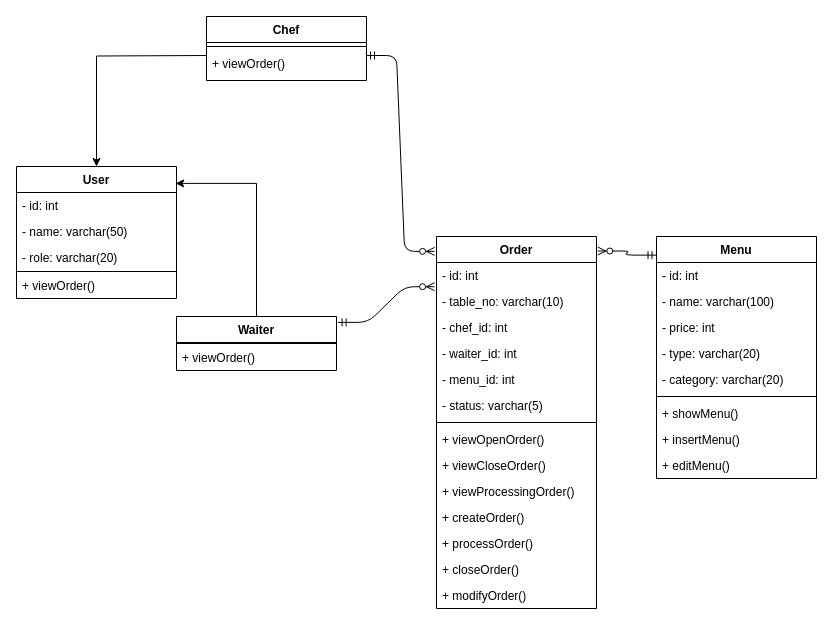
Earlier version of the draw.io diagram page "Class Diagram" (3 of 3) of Warung Kenyang (WK).drawio (ekopebri/ekopebri.github.io). Source tidied: cells renumbered, new cells numbered last; positions are measured from the earlier drawing's top-left corner, leaving out a move shared by most shapes. Both pictures are drawn from the tidied source at 100%, with x=0, y=0 at pixel (16, 16).
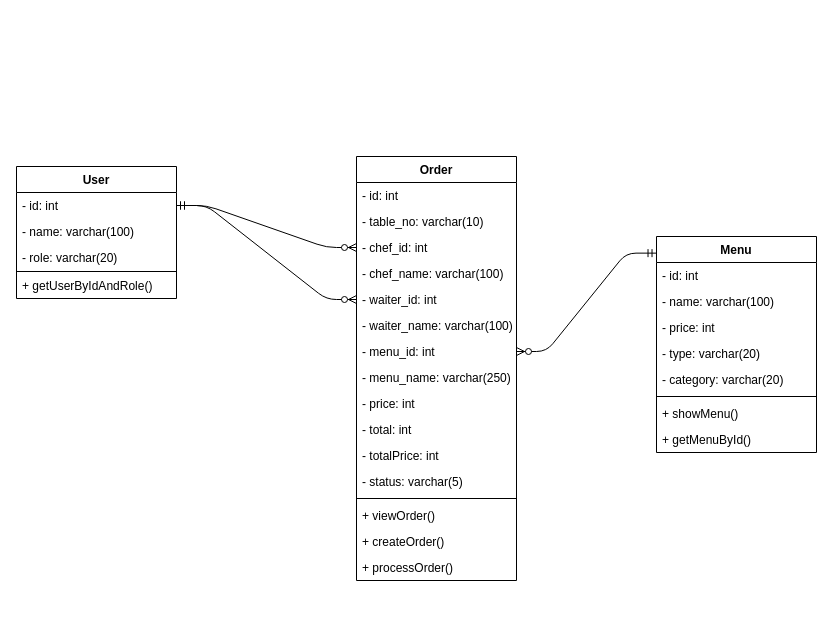
Above is the later version.

The change refers to these unchanged cells:
```xml
<mxCell id="6" value="- id: int" style="text;strokeColor=none;fillColor=none;align=left;verticalAlign=top;spacingLeft=4;spacingRight=4;overflow=hidden;points=[[0,0.5],[1,0.5]];portConstraint=eastwest;" parent="5" vertex="1">
  <mxGeometry y="26" width="160" height="26" as="geometry" />
</mxCell>
<mxCell id="8" value="- chef_id: int" style="text;strokeColor=none;fillColor=none;align=left;verticalAlign=top;spacingLeft=4;spacingRight=4;overflow=hidden;points=[[0,0.5],[1,0.5]];portConstraint=eastwest;" parent="5" vertex="1">
  <mxGeometry y="78" width="160" height="26" as="geometry" />
</mxCell>
<mxCell id="37" value="User" style="swimlane;fontStyle=1;align=center;verticalAlign=top;horizontal=1;startSize=26;" parent="1" vertex="1">
  <mxGeometry y="150" width="160" height="132" as="geometry" />
</mxCell>
<mxCell id="38" value="- id: int" style="text;strokeColor=none;fillColor=none;align=left;verticalAlign=top;spacingLeft=4;spacingRight=4;overflow=hidden;points=[[0,0.5],[1,0.5]];portConstraint=eastwest;" parent="37" vertex="1">
  <mxGeometry y="26" width="160" height="26" as="geometry" />
</mxCell>
```

Change to the diagram source:
```diff
@@
-    <mxCell id="2" value="Chef" style="swimlane;fontStyle=1;align=center;verticalAlign=top;horizontal=1;startSize=26;" parent="1" vertex="1">
-      <mxGeometry x="190" width="160" height="64" as="geometry" />
-    </mxCell>
-    <mxCell id="3" style="line;strokeWidth=1;fillColor=none;align=left;verticalAlign=middle;spacingTop=-1;spacingLeft=3;spacingRight=3;labelPosition=right;" parent="2" vertex="1">
-      <mxGeometry y="26" width="160" height="8" as="geometry" />
-    </mxCell>
-    <mxCell id="4" value="+ viewOrder()" style="text;strokeColor=none;fillColor=none;align=left;verticalAlign=top;spacingLeft=4;spacingRight=4;overflow=hidden;" parent="2" vertex="1">
-      <mxGeometry y="34" width="160" height="30" as="geometry" />
-    </mxCell>
     <mxCell id="5" value="Order" style="swimlane;fontStyle=1;align=center;verticalAlign=top;horizontal=1;startSize=26;" parent="1" vertex="1">
-      <mxGeometry x="420" y="220" width="160" height="372" as="geometry" />
+      <mxGeometry x="340" y="140" width="160" height="424" as="geometry" />
     </mxCell>
@@
+    <mxCell id="44" value="- chef_name: varchar(100)" style="text;strokeColor=none;fillColor=none;align=left;verticalAlign=top;spacingLeft=4;spacingRight=4;overflow=hidden;" parent="5" vertex="1">
+      <mxGeometry y="104" width="160" height="26" as="geometry" />
+    </mxCell>
     <mxCell id="9" value="- waiter_id: int" style="text;strokeColor=none;fillColor=none;align=left;verticalAlign=top;spacingLeft=4;spacingRight=4;overflow=hidden;points=[[0,0.5],[1,0.5]];portConstraint=eastwest;" parent="5" vertex="1">
-      <mxGeometry y="104" width="160" height="26" as="geometry" />
+      <mxGeometry y="130" width="160" height="26" as="geometry" />
     </mxCell>
+    <mxCell id="45" value="- waiter_name: varchar(100)" style="text;strokeColor=none;fillColor=none;align=left;verticalAlign=top;spacingLeft=4;spacingRight=4;overflow=hidden;" parent="5" vertex="1">
+      <mxGeometry y="156" width="160" height="26" as="geometry" />
+    </mxCell>
     <mxCell id="10" value="- menu_id: int" style="text;strokeColor=none;fillColor=none;align=left;verticalAlign=top;spacingLeft=4;spacingRight=4;overflow=hidden;points=[[0,0.5],[1,0.5]];portConstraint=eastwest;" parent="5" vertex="1">
-      <mxGeometry y="130" width="160" height="26" as="geometry" />
+      <mxGeometry y="182" width="160" height="26" as="geometry" />
     </mxCell>
+    <mxCell id="46" value="- menu_name: varchar(250)" style="text;strokeColor=none;fillColor=none;align=left;verticalAlign=top;spacingLeft=4;spacingRight=4;overflow=hidden;" parent="5" vertex="1">
+      <mxGeometry y="208" width="160" height="26" as="geometry" />
+    </mxCell>
+    <mxCell id="47" value="- price: int" style="text;strokeColor=none;fillColor=none;align=left;verticalAlign=top;spacingLeft=4;spacingRight=4;overflow=hidden;" parent="5" vertex="1">
+      <mxGeometry y="234" width="160" height="26" as="geometry" />
+    </mxCell>
+    <mxCell id="48" value="- total: int" style="text;strokeColor=none;fillColor=none;align=left;verticalAlign=top;spacingLeft=4;spacingRight=4;overflow=hidden;" parent="5" vertex="1">
+      <mxGeometry y="260" width="160" height="26" as="geometry" />
+    </mxCell>
+    <mxCell id="49" value="- totalPrice: int" style="text;strokeColor=none;fillColor=none;align=left;verticalAlign=top;spacingLeft=4;spacingRight=4;overflow=hidden;" parent="5" vertex="1">
+      <mxGeometry y="286" width="160" height="26" as="geometry" />
+    </mxCell>
     <mxCell id="11" value="- status: varchar(5)" style="text;strokeColor=none;fillColor=none;align=left;verticalAlign=top;spacingLeft=4;spacingRight=4;overflow=hidden;" parent="5" vertex="1">
-      <mxGeometry y="156" width="160" height="26" as="geometry" />
+      <mxGeometry y="312" width="160" height="26" as="geometry" />
     </mxCell>
     <mxCell id="12" style="line;strokeWidth=1;fillColor=none;align=left;verticalAlign=middle;spacingTop=-1;spacingLeft=3;spacingRight=3;labelPosition=right;" parent="5" vertex="1">
-      <mxGeometry y="182" width="160" height="8" as="geometry" />
+      <mxGeometry y="338" width="160" height="8" as="geometry" />
     </mxCell>
-    <mxCell id="13" value="+ viewOpenOrder()" style="text;strokeColor=none;fillColor=none;align=left;verticalAlign=top;spacingLeft=4;spacingRight=4;overflow=hidden;" parent="5" vertex="1">
-      <mxGeometry y="190" width="160" height="26" as="geometry" />
+    <mxCell id="13" value="+ viewOrder()" style="text;strokeColor=none;fillColor=none;align=left;verticalAlign=top;spacingLeft=4;spacingRight=4;overflow=hidden;" parent="5" vertex="1">
+      <mxGeometry y="346" width="160" height="26" as="geometry" />
     </mxCell>
-    <mxCell id="14" value="+ viewCloseOrder()" style="text;strokeColor=none;fillColor=none;align=left;verticalAlign=top;spacingLeft=4;spacingRight=4;overflow=hidden;" parent="5" vertex="1">
-      <mxGeometry y="216" width="160" height="26" as="geometry" />
-    </mxCell>
-    <mxCell id="15" value="+ viewProcessingOrder()" style="text;strokeColor=none;fillColor=none;align=left;verticalAlign=top;spacingLeft=4;spacingRight=4;overflow=hidden;" parent="5" vertex="1">
-      <mxGeometry y="242" width="160" height="26" as="geometry" />
-    </mxCell>
     <mxCell id="16" value="+ createOrder()" style="text;strokeColor=none;fillColor=none;align=left;verticalAlign=top;spacingLeft=4;spacingRight=4;overflow=hidden;" parent="5" vertex="1">
-      <mxGeometry y="268" width="160" height="26" as="geometry" />
+      <mxGeometry y="372" width="160" height="26" as="geometry" />
     </mxCell>
     <mxCell id="17" value="+ processOrder()" style="text;strokeColor=none;fillColor=none;align=left;verticalAlign=top;spacingLeft=4;spacingRight=4;overflow=hidden;" parent="5" vertex="1">
-      <mxGeometry y="294" width="160" height="26" as="geometry" />
+      <mxGeometry y="398" width="160" height="26" as="geometry" />
     </mxCell>
-    <mxCell id="18" value="+ closeOrder()" style="text;strokeColor=none;fillColor=none;align=left;verticalAlign=top;spacingLeft=4;spacingRight=4;overflow=hidden;" parent="5" vertex="1">
-      <mxGeometry y="320" width="160" height="26" as="geometry" />
-    </mxCell>
-    <mxCell id="19" value="+ modifyOrder()" style="text;strokeColor=none;fillColor=none;align=left;verticalAlign=top;spacingLeft=4;spacingRight=4;overflow=hidden;" parent="5" vertex="1">
-      <mxGeometry y="346" width="160" height="26" as="geometry" />
-    </mxCell>
     <mxCell id="20" value="Menu" style="swimlane;fontStyle=1;align=center;verticalAlign=top;horizontal=1;startSize=26;" parent="1" vertex="1">
-      <mxGeometry x="640" y="220" width="160" height="242" as="geometry" />
+      <mxGeometry x="640" y="220" width="160" height="216" as="geometry" />
     </mxCell>
@@
-    <mxCell id="28" value="+ insertMenu()" style="text;strokeColor=none;fillColor=none;align=left;verticalAlign=top;spacingLeft=4;spacingRight=4;overflow=hidden;" parent="20" vertex="1">
+    <mxCell id="28" value="+ getMenuById()" style="text;strokeColor=none;fillColor=none;align=left;verticalAlign=top;spacingLeft=4;spacingRight=4;overflow=hidden;" parent="20" vertex="1">
       <mxGeometry y="190" width="160" height="26" as="geometry" />
     </mxCell>
-    <mxCell id="29" value="+ editMenu()" style="text;strokeColor=none;fillColor=none;align=left;verticalAlign=top;spacingLeft=4;spacingRight=4;overflow=hidden;" parent="20" vertex="1">
-      <mxGeometry y="216" width="160" height="26" as="geometry" />
-    </mxCell>
-    <mxCell id="30" style="edgeStyle=orthogonalEdgeStyle;rounded=0;jettySize=auto;html=1;entryX=0.995;entryY=0.128;entryDx=0;entryDy=0;entryPerimeter=0;" parent="1" edge="1" source="31" target="37">
-      <mxGeometry relative="1" as="geometry" />
-    </mxCell>
-    <mxCell id="31" value="Waiter" style="swimlane;fontStyle=1;align=center;verticalAlign=top;horizontal=1;startSize=26;" parent="1" vertex="1">
-      <mxGeometry x="160" y="300" width="160" height="54" as="geometry" />
-    </mxCell>
-    <mxCell id="32" style="line;strokeWidth=1;fillColor=none;align=left;verticalAlign=middle;spacingTop=-1;spacingLeft=3;spacingRight=3;labelPosition=right;" parent="31" vertex="1">
-      <mxGeometry y="26" width="160" height="2" as="geometry" />
-    </mxCell>
-    <mxCell id="33" value="+ viewOrder()" style="text;strokeColor=none;fillColor=none;align=left;verticalAlign=top;spacingLeft=4;spacingRight=4;overflow=hidden;" parent="31" vertex="1">
-      <mxGeometry y="28" width="160" height="26" as="geometry" />
-    </mxCell>
-    <mxCell id="34" style="edgeStyle=entityRelationEdgeStyle;fontSize=12;html=1;endArrow=ERzeroToMany;startArrow=ERmandOne;exitX=1;exitY=0.5;exitDx=0;exitDy=0;entryX=-0.012;entryY=0.04;entryDx=0;entryDy=0;entryPerimeter=0;" parent="1" edge="1" target="5">
-      <mxGeometry relative="1" as="geometry">
-        <mxPoint x="350" y="39" as="sourcePoint" />
-      </mxGeometry>
+    <mxCell id="34" style="edgeStyle=entityRelationEdgeStyle;fontSize=12;html=1;endArrow=ERzeroToMany;startArrow=ERmandOne;exitX=1;exitY=0.5;exitDx=0;exitDy=0;entryX=0;entryY=0.5;entryDx=0;entryDy=0;" parent="1" edge="1" source="38" target="8">
+      <mxGeometry relative="1" as="geometry" />
     </mxCell>
-    <mxCell id="35" style="edgeStyle=entityRelationEdgeStyle;fontSize=12;html=1;endArrow=ERzeroToMany;startArrow=ERmandOne;exitX=1.01;exitY=0.109;exitDx=0;exitDy=0;exitPerimeter=0;entryX=-0.012;entryY=0.931;entryDx=0;entryDy=0;entryPerimeter=0;" parent="1" edge="1" source="31" target="6">
+    <mxCell id="35" style="edgeStyle=entityRelationEdgeStyle;fontSize=12;html=1;endArrow=ERzeroToMany;startArrow=ERmandOne;exitX=1;exitY=0.5;exitDx=0;exitDy=0;entryX=0;entryY=0.5;entryDx=0;entryDy=0;" parent="1" edge="1" source="38" target="9">
       <mxGeometry relative="1" as="geometry" />
     </mxCell>
-    <mxCell id="36" style="edgeStyle=entityRelationEdgeStyle;fontSize=12;html=1;endArrow=ERzeroToMany;startArrow=ERmandOne;entryX=1.008;entryY=0.039;entryDx=0;entryDy=0;entryPerimeter=0;exitX=-0.003;exitY=0.077;exitDx=0;exitDy=0;exitPerimeter=0;" parent="1" edge="1" source="20" target="5">
+    <mxCell id="36" style="edgeStyle=entityRelationEdgeStyle;fontSize=12;html=1;endArrow=ERzeroToMany;startArrow=ERmandOne;entryX=1;entryY=0.5;entryDx=0;entryDy=0;exitX=-0.003;exitY=0.077;exitDx=0;exitDy=0;exitPerimeter=0;" parent="1" edge="1" source="20" target="10">
       <mxGeometry relative="1" as="geometry" />
     </mxCell>
@@
-    <mxCell id="39" value="- name: varchar(50)" style="text;strokeColor=none;fillColor=none;align=left;verticalAlign=top;spacingLeft=4;spacingRight=4;overflow=hidden;" parent="37" vertex="1">
+    <mxCell id="39" value="- name: varchar(100)" style="text;strokeColor=none;fillColor=none;align=left;verticalAlign=top;spacingLeft=4;spacingRight=4;overflow=hidden;" parent="37" vertex="1">
       <mxGeometry y="52" width="160" height="26" as="geometry" />
     </mxCell>
@@
-    <mxCell id="42" value="+ viewOrder()" style="text;strokeColor=none;fillColor=none;align=left;verticalAlign=top;spacingLeft=4;spacingRight=4;overflow=hidden;" parent="37" vertex="1">
+    <mxCell id="42" value="+ getUserByIdAndRole()" style="text;strokeColor=none;fillColor=none;align=left;verticalAlign=top;spacingLeft=4;spacingRight=4;overflow=hidden;" parent="37" vertex="1">
       <mxGeometry y="106" width="160" height="26" as="geometry" />
     </mxCell>
-    <mxCell id="43" style="edgeStyle=orthogonalEdgeStyle;rounded=0;jettySize=auto;html=1;" parent="1" edge="1" target="37">
-      <mxGeometry relative="1" as="geometry">
-        <mxPoint x="190" y="39" as="sourcePoint" />
-      </mxGeometry>
-    </mxCell>
```
